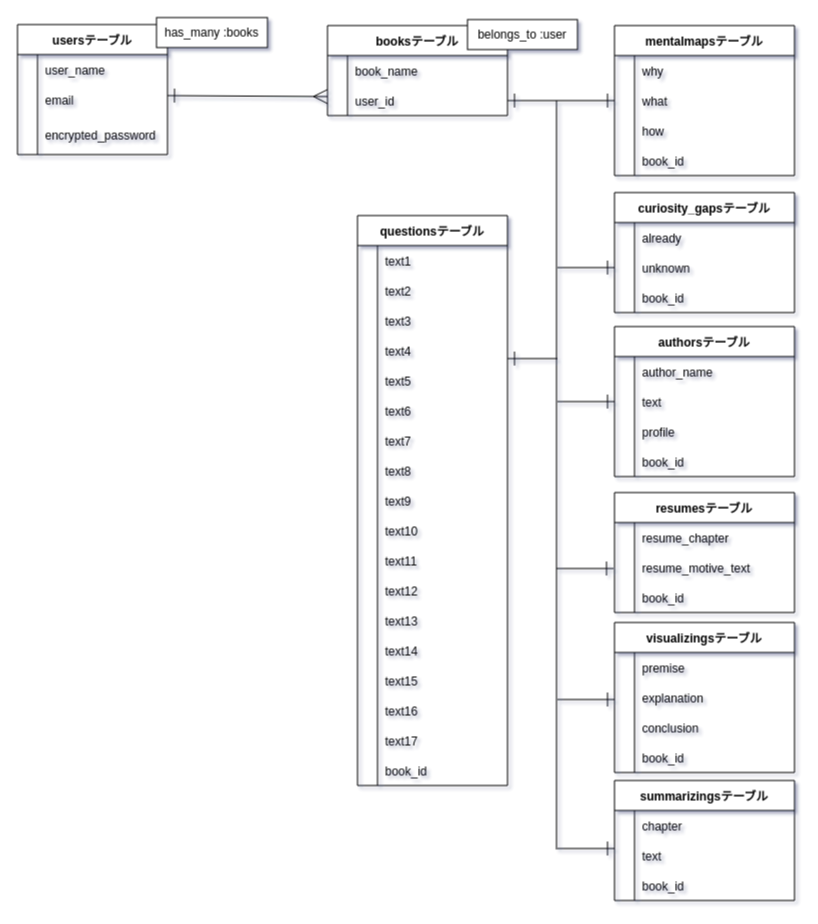
This is ER.dio from SettingTom/read-tech, a draw.io file, before an edit. Source tidied: cells renumbered, new cells numbered last; positions are measured from the earlier drawing's top-left corner, leaving out a move shared by most shapes. Both pictures are drawn from the tidied source at 100%, with x=0, y=0 at pixel (17, 17).
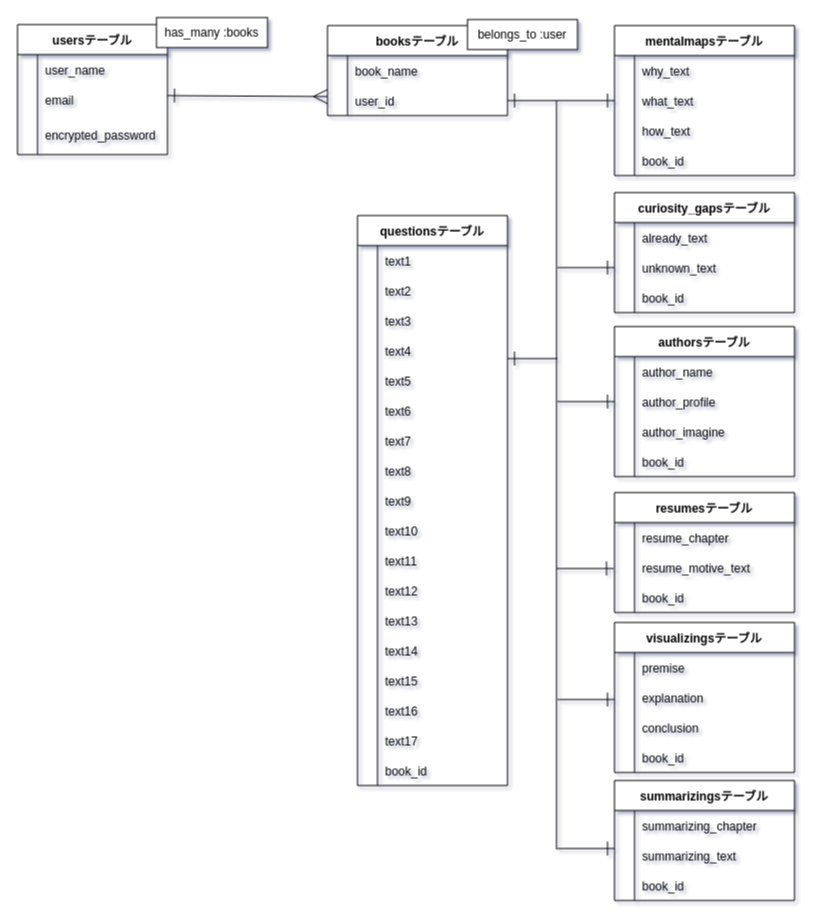
Above is the later version.

Commit message:
ER図のテーブルのカラム名修正

Unchanged cells that the change refers to:
```xml
<mxCell id="27" style="shape=partialRectangle;fillColor=none;top=0;left=0;bottom=0;right=0;points=[[0,0.5],[1,0.5]];portConstraint=eastwest;" parent="23" vertex="1">
  <mxGeometry y="60" width="180" height="30" as="geometry" />
</mxCell>
<mxCell id="30" style="shape=partialRectangle;fillColor=none;top=0;left=0;bottom=0;right=0;" parent="23" vertex="1">
  <mxGeometry y="90" width="180" height="30" as="geometry" />
</mxCell>
<mxCell id="37" style="shape=partialRectangle;fillColor=none;top=0;left=0;bottom=0;right=0;" parent="36" vertex="1">
  <mxGeometry y="30" width="180" height="30" as="geometry" />
</mxCell>
<mxCell id="40" style="shape=partialRectangle;fillColor=none;top=0;left=0;bottom=0;right=0;points=[[0,0.5],[1,0.5]];portConstraint=eastwest;" parent="36" vertex="1">
  <mxGeometry y="60" width="180" height="30" as="geometry" />
</mxCell>
<mxCell id="43" style="shape=partialRectangle;fillColor=none;top=0;left=0;bottom=0;right=0;" parent="36" vertex="1">
  <mxGeometry y="90" width="180" height="30" as="geometry" />
</mxCell>
<mxCell id="51" style="shape=partialRectangle;fillColor=none;top=0;left=0;bottom=0;right=0;" parent="50" vertex="1">
  <mxGeometry y="30" width="180" height="30" as="geometry" />
</mxCell>
<mxCell id="54" style="shape=partialRectangle;fillColor=none;top=0;left=0;bottom=0;right=0;points=[[0,0.5],[1,0.5]];portConstraint=eastwest;" parent="50" vertex="1">
  <mxGeometry y="60" width="180" height="30" as="geometry" />
</mxCell>
<mxCell id="84" style="shape=partialRectangle;fillColor=none;top=0;left=0;bottom=0;right=0;" parent="83" vertex="1">
  <mxGeometry y="30" width="180" height="30" as="geometry" />
</mxCell>
<mxCell id="87" style="shape=partialRectangle;fillColor=none;top=0;left=0;bottom=0;right=0;" parent="83" vertex="1">
  <mxGeometry y="60" width="180" height="30" as="geometry" />
</mxCell>
```

What changed in the source:
```diff
@@
-    <mxCell id="29" value="text" style="shape=partialRectangle;fillColor=none;top=0;left=0;bottom=0;right=0;align=left;spacingLeft=6;overflow=hidden;" parent="27" vertex="1">
+    <mxCell id="29" value="author_profile" style="shape=partialRectangle;fillColor=none;top=0;left=0;bottom=0;right=0;align=left;spacingLeft=6;overflow=hidden;" parent="27" vertex="1">
       <mxGeometry x="20" width="160" height="30" as="geometry" />
     </mxCell>
@@
-    <mxCell id="32" value="profile" style="shape=partialRectangle;fillColor=none;top=0;left=0;bottom=0;right=0;align=left;spacingLeft=6;overflow=hidden;" parent="30" vertex="1">
+    <mxCell id="32" value="author_imagine" style="shape=partialRectangle;fillColor=none;top=0;left=0;bottom=0;right=0;align=left;spacingLeft=6;overflow=hidden;" parent="30" vertex="1">
       <mxGeometry x="20" width="160" height="30" as="geometry" />
     </mxCell>
@@
-    <mxCell id="39" value="why" style="shape=partialRectangle;fillColor=none;top=0;left=0;bottom=0;right=0;align=left;spacingLeft=6;overflow=hidden;labelBorderColor=none;" parent="37" vertex="1">
+    <mxCell id="39" value="why_text" style="shape=partialRectangle;fillColor=none;top=0;left=0;bottom=0;right=0;align=left;spacingLeft=6;overflow=hidden;labelBorderColor=none;" parent="37" vertex="1">
       <mxGeometry x="20" width="160" height="30" as="geometry" />
     </mxCell>
@@
-    <mxCell id="42" value="what" style="shape=partialRectangle;fillColor=none;top=0;left=0;bottom=0;right=0;align=left;spacingLeft=6;overflow=hidden;" parent="40" vertex="1">
+    <mxCell id="42" value="what_text" style="shape=partialRectangle;fillColor=none;top=0;left=0;bottom=0;right=0;align=left;spacingLeft=6;overflow=hidden;" parent="40" vertex="1">
       <mxGeometry x="20" width="160" height="30" as="geometry" />
     </mxCell>
@@
-    <mxCell id="45" value="how" style="shape=partialRectangle;fillColor=none;top=0;left=0;bottom=0;right=0;align=left;spacingLeft=6;overflow=hidden;" parent="43" vertex="1">
+    <mxCell id="45" value="how_text" style="shape=partialRectangle;fillColor=none;top=0;left=0;bottom=0;right=0;align=left;spacingLeft=6;overflow=hidden;" parent="43" vertex="1">
       <mxGeometry x="20" width="160" height="30" as="geometry" />
     </mxCell>
@@
-    <mxCell id="53" value="already" style="shape=partialRectangle;fillColor=none;top=0;left=0;bottom=0;right=0;align=left;spacingLeft=6;overflow=hidden;labelBorderColor=none;" parent="51" vertex="1">
+    <mxCell id="53" value="already_text" style="shape=partialRectangle;fillColor=none;top=0;left=0;bottom=0;right=0;align=left;spacingLeft=6;overflow=hidden;labelBorderColor=none;" parent="51" vertex="1">
       <mxGeometry x="20" width="160" height="30" as="geometry" />
     </mxCell>
@@
-    <mxCell id="56" value="unknown" style="shape=partialRectangle;fillColor=none;top=0;left=0;bottom=0;right=0;align=left;spacingLeft=6;overflow=hidden;" parent="54" vertex="1">
+    <mxCell id="56" value="unknown_text" style="shape=partialRectangle;fillColor=none;top=0;left=0;bottom=0;right=0;align=left;spacingLeft=6;overflow=hidden;" parent="54" vertex="1">
       <mxGeometry x="20" width="160" height="30" as="geometry" />
     </mxCell>
@@
-    <mxCell id="86" value="chapter" style="shape=partialRectangle;fillColor=none;top=0;left=0;bottom=0;right=0;align=left;spacingLeft=6;overflow=hidden;labelBorderColor=none;" parent="84" vertex="1">
+    <mxCell id="86" value="summarizing_chapter" style="shape=partialRectangle;fillColor=none;top=0;left=0;bottom=0;right=0;align=left;spacingLeft=6;overflow=hidden;labelBorderColor=none;" parent="84" vertex="1">
       <mxGeometry x="20" width="160" height="30" as="geometry" />
     </mxCell>
@@
-    <mxCell id="89" value="text" style="shape=partialRectangle;fillColor=none;top=0;left=0;bottom=0;right=0;align=left;spacingLeft=6;overflow=hidden;" parent="87" vertex="1">
+    <mxCell id="89" value="summarizing_text" style="shape=partialRectangle;fillColor=none;top=0;left=0;bottom=0;right=0;align=left;spacingLeft=6;overflow=hidden;" parent="87" vertex="1">
       <mxGeometry x="20" width="160" height="30" as="geometry" />
     </mxCell>
```
